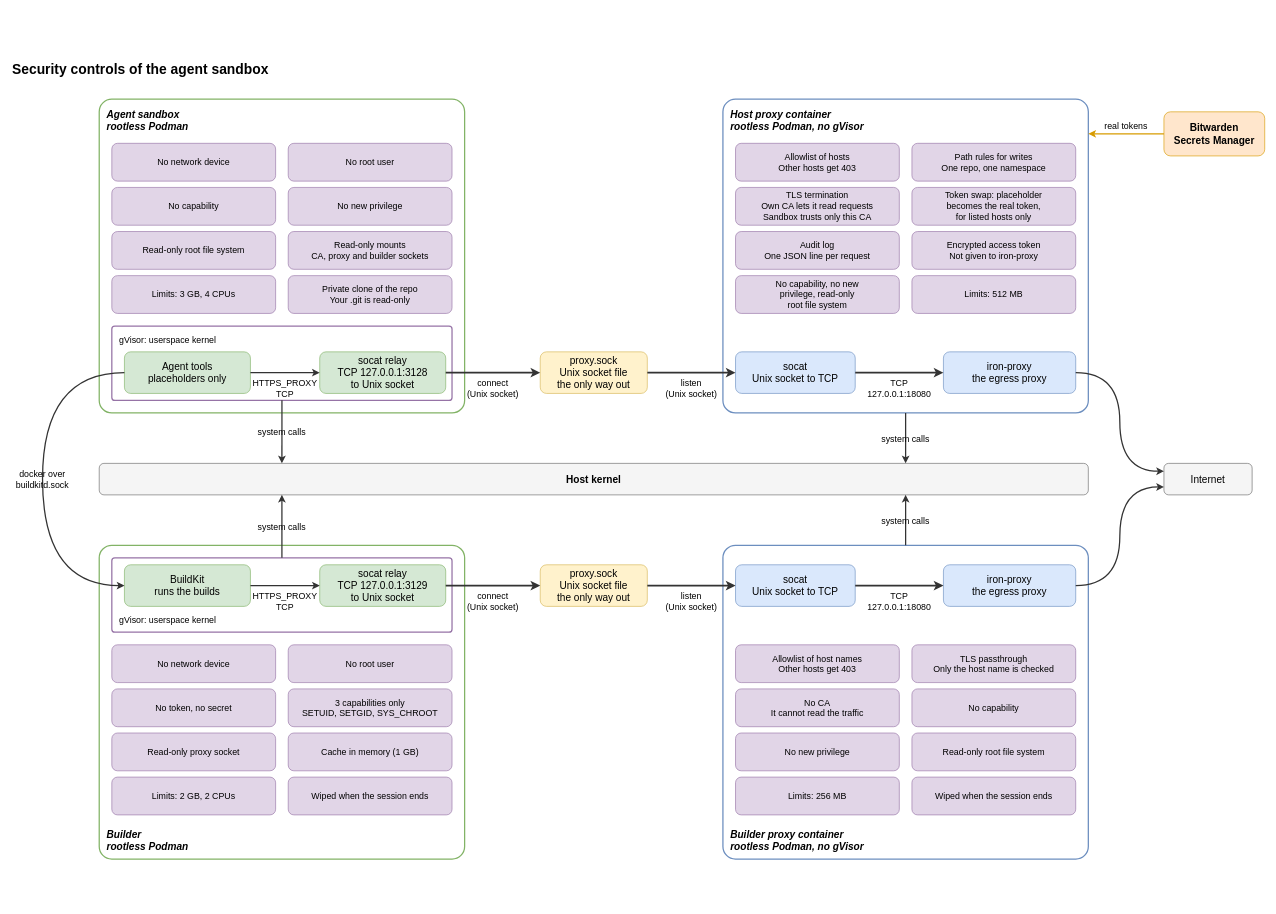
The draw.io diagram .sandbox/docs/diagrams/security-controls.drawio in raghav19/engineersdaybook, before the edit. Source tidied: cells renumbered, new cells numbered last; positions are measured from the earlier drawing's top-left corner, leaving out a move shared by most shapes. Both pictures are drawn from the tidied source at 63%, with x=0, y=0 at pixel (11, 55).
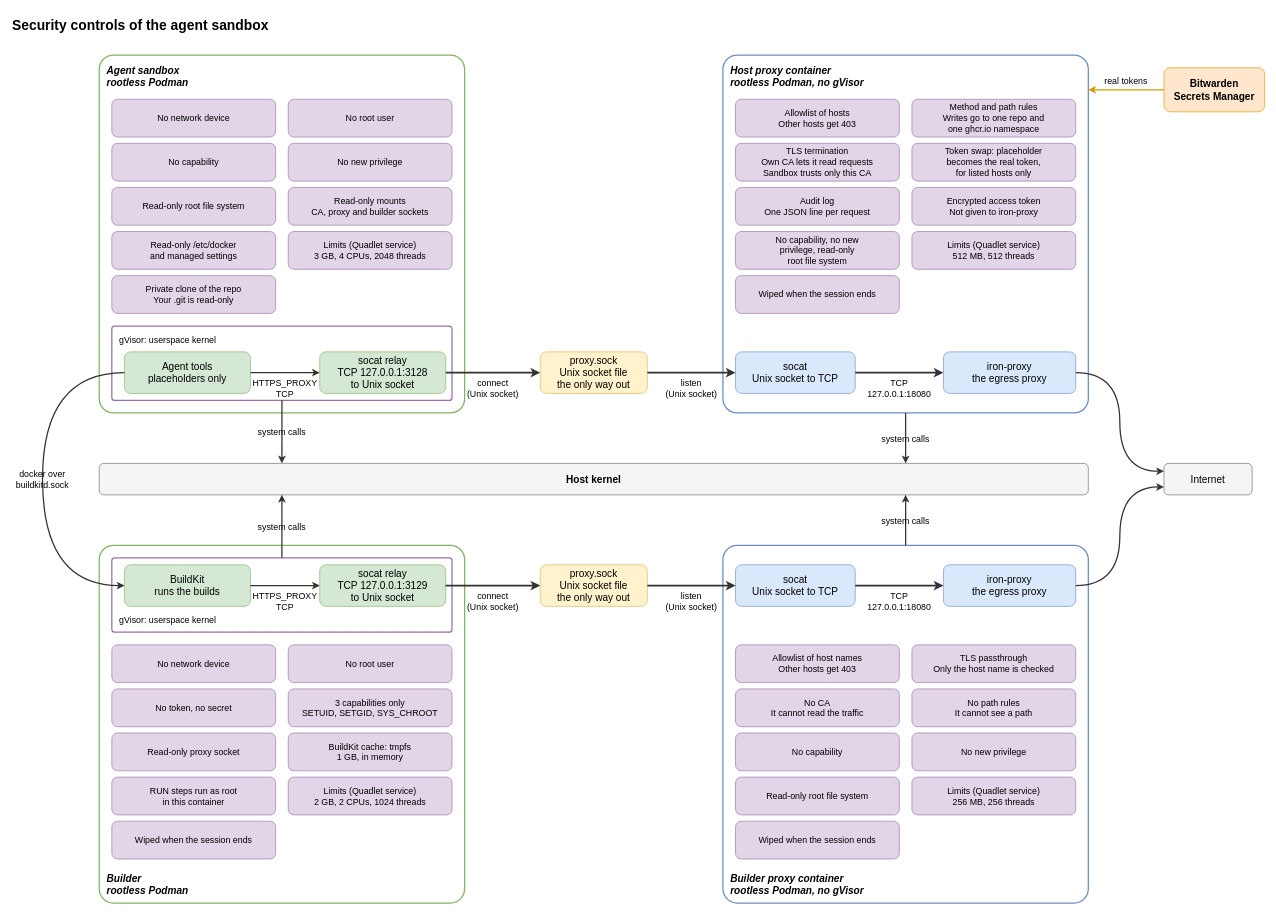
The same page after the edit.

Commit message (it also covers changes not shown here):
sandbox: replace the security controls table with the diagram

What changed in the source:
```diff
@@
     <mxCell id="2" value="Security controls of the agent sandbox" style="text;html=0;fontSize=22;fontStyle=1;align=left;verticalAlign=middle;" parent="1" vertex="1">
-      <mxGeometry width="700" height="40" as="geometry" />
+      <mxGeometry y="-70" width="700" height="40" as="geometry" />
     </mxCell>
     <mxCell id="3" value="Host proxy container&#10;rootless Podman, no gVisor" style="rounded=1;arcSize=4;whiteSpace=wrap;html=0;fontSize=16;fillColor=#ffffff;strokeColor=#6c8ebf;strokeWidth=2;align=left;spacingLeft=10;fontStyle=3;verticalAlign=top;spacingTop=8;" parent="1" vertex="1">
-      <mxGeometry x="1130" y="70" width="580" height="498" as="geometry" />
+      <mxGeometry x="1130" width="580" height="568" as="geometry" />
     </mxCell>
@@
     <mxCell id="5" value="Allowlist of hosts&#10;Other hosts get 403" style="rounded=1;whiteSpace=wrap;html=0;fontSize=14;fillColor=#e1d5e7;strokeColor=#9673a6;" parent="1" vertex="1">
-      <mxGeometry x="1150" y="140" width="260" height="60" as="geometry" />
+      <mxGeometry x="1150" y="70" width="260" height="60" as="geometry" />
     </mxCell>
-    <mxCell id="6" value="Path rules for writes&#10;One repo, one namespace" style="rounded=1;whiteSpace=wrap;html=0;fontSize=14;fillColor=#e1d5e7;strokeColor=#9673a6;" parent="1" vertex="1">
-      <mxGeometry x="1430" y="140" width="260" height="60" as="geometry" />
+    <mxCell id="6" value="Method and path rules&#10;Writes go to one repo and&#10;one ghcr.io namespace" style="rounded=1;whiteSpace=wrap;html=0;fontSize=14;fillColor=#e1d5e7;strokeColor=#9673a6;" parent="1" vertex="1">
+      <mxGeometry x="1430" y="70" width="260" height="60" as="geometry" />
     </mxCell>
     <mxCell id="7" value="TLS termination&#10;Own CA lets it read requests&#10;Sandbox trusts only this CA" style="rounded=1;whiteSpace=wrap;html=0;fontSize=14;fillColor=#e1d5e7;strokeColor=#9673a6;" parent="1" vertex="1">
-      <mxGeometry x="1150" y="210" width="260" height="60" as="geometry" />
+      <mxGeometry x="1150" y="140" width="260" height="60" as="geometry" />
     </mxCell>
     <mxCell id="8" value="Token swap: placeholder&#10;becomes the real token,&#10;for listed hosts only" style="rounded=1;whiteSpace=wrap;html=0;fontSize=14;fillColor=#e1d5e7;strokeColor=#9673a6;" parent="1" vertex="1">
-      <mxGeometry x="1430" y="210" width="260" height="60" as="geometry" />
+      <mxGeometry x="1430" y="140" width="260" height="60" as="geometry" />
     </mxCell>
     <mxCell id="9" value="Audit log&#10;One JSON line per request" style="rounded=1;whiteSpace=wrap;html=0;fontSize=14;fillColor=#e1d5e7;strokeColor=#9673a6;" parent="1" vertex="1">
-      <mxGeometry x="1150" y="280" width="260" height="60" as="geometry" />
+      <mxGeometry x="1150" y="210" width="260" height="60" as="geometry" />
     </mxCell>
     <mxCell id="10" value="Encrypted access token&#10;Not given to iron-proxy" style="rounded=1;whiteSpace=wrap;html=0;fontSize=14;fillColor=#e1d5e7;strokeColor=#9673a6;" parent="1" vertex="1">
-      <mxGeometry x="1430" y="280" width="260" height="60" as="geometry" />
+      <mxGeometry x="1430" y="210" width="260" height="60" as="geometry" />
     </mxCell>
     <mxCell id="11" value="No capability, no new&#10;privilege, read-only&#10;root file system" style="rounded=1;whiteSpace=wrap;html=0;fontSize=14;fillColor=#e1d5e7;strokeColor=#9673a6;" parent="1" vertex="1">
-      <mxGeometry x="1150" y="350" width="260" height="60" as="geometry" />
+      <mxGeometry x="1150" y="280" width="260" height="60" as="geometry" />
     </mxCell>
-    <mxCell id="12" value="Limits: 512 MB" style="rounded=1;whiteSpace=wrap;html=0;fontSize=14;fillColor=#e1d5e7;strokeColor=#9673a6;" parent="1" vertex="1">
-      <mxGeometry x="1430" y="350" width="260" height="60" as="geometry" />
+    <mxCell id="12" value="Limits (Quadlet service)&#10;512 MB, 512 threads" style="rounded=1;whiteSpace=wrap;html=0;fontSize=14;fillColor=#e1d5e7;strokeColor=#9673a6;" parent="1" vertex="1">
+      <mxGeometry x="1430" y="280" width="260" height="60" as="geometry" />
     </mxCell>
+    <mxCell id="70" value="Wiped when the session ends" style="rounded=1;whiteSpace=wrap;html=0;fontSize=14;fillColor=#e1d5e7;strokeColor=#9673a6;" parent="1" vertex="1">
+      <mxGeometry x="1150" y="350" width="260" height="60" as="geometry" />
+    </mxCell>
@@
     <mxCell id="14" value="Builder proxy container&#10;rootless Podman, no gVisor" style="rounded=1;arcSize=4;whiteSpace=wrap;html=0;fontSize=16;fillColor=#ffffff;strokeColor=#6c8ebf;strokeWidth=2;align=left;spacingLeft=10;fontStyle=3;verticalAlign=bottom;spacingBottom=8;" parent="1" vertex="1">
-      <mxGeometry x="1130" y="778" width="580" height="498" as="geometry" />
+      <mxGeometry x="1130" y="778" width="580" height="568" as="geometry" />
     </mxCell>
@@
-    <mxCell id="19" value="No capability" style="rounded=1;whiteSpace=wrap;html=0;fontSize=14;fillColor=#e1d5e7;strokeColor=#9673a6;" parent="1" vertex="1">
+    <mxCell id="19" value="No path rules&#10;It cannot see a path" style="rounded=1;whiteSpace=wrap;html=0;fontSize=14;fillColor=#e1d5e7;strokeColor=#9673a6;" parent="1" vertex="1">
       <mxGeometry x="1430" y="1006" width="260" height="60" as="geometry" />
     </mxCell>
-    <mxCell id="20" value="No new privilege" style="rounded=1;whiteSpace=wrap;html=0;fontSize=14;fillColor=#e1d5e7;strokeColor=#9673a6;" parent="1" vertex="1">
+    <mxCell id="20" value="No capability" style="rounded=1;whiteSpace=wrap;html=0;fontSize=14;fillColor=#e1d5e7;strokeColor=#9673a6;" parent="1" vertex="1">
       <mxGeometry x="1150" y="1076" width="260" height="60" as="geometry" />
     </mxCell>
-    <mxCell id="21" value="Read-only root file system" style="rounded=1;whiteSpace=wrap;html=0;fontSize=14;fillColor=#e1d5e7;strokeColor=#9673a6;" parent="1" vertex="1">
+    <mxCell id="21" value="No new privilege" style="rounded=1;whiteSpace=wrap;html=0;fontSize=14;fillColor=#e1d5e7;strokeColor=#9673a6;" parent="1" vertex="1">
       <mxGeometry x="1430" y="1076" width="260" height="60" as="geometry" />
     </mxCell>
-    <mxCell id="22" value="Limits: 256 MB" style="rounded=1;whiteSpace=wrap;html=0;fontSize=14;fillColor=#e1d5e7;strokeColor=#9673a6;" parent="1" vertex="1">
+    <mxCell id="22" value="Read-only root file system" style="rounded=1;whiteSpace=wrap;html=0;fontSize=14;fillColor=#e1d5e7;strokeColor=#9673a6;" parent="1" vertex="1">
       <mxGeometry x="1150" y="1146" width="260" height="60" as="geometry" />
     </mxCell>
-    <mxCell id="23" value="Wiped when the session ends" style="rounded=1;whiteSpace=wrap;html=0;fontSize=14;fillColor=#e1d5e7;strokeColor=#9673a6;" parent="1" vertex="1">
+    <mxCell id="23" value="Limits (Quadlet service)&#10;256 MB, 256 threads" style="rounded=1;whiteSpace=wrap;html=0;fontSize=14;fillColor=#e1d5e7;strokeColor=#9673a6;" parent="1" vertex="1">
       <mxGeometry x="1430" y="1146" width="260" height="60" as="geometry" />
     </mxCell>
+    <mxCell id="71" value="Wiped when the session ends" style="rounded=1;whiteSpace=wrap;html=0;fontSize=14;fillColor=#e1d5e7;strokeColor=#9673a6;" parent="1" vertex="1">
+      <mxGeometry x="1150" y="1216" width="260" height="60" as="geometry" />
+    </mxCell>
@@
     <mxCell id="25" value="Agent sandbox&#10;rootless Podman" style="rounded=1;arcSize=4;whiteSpace=wrap;html=0;fontSize=16;fillColor=#ffffff;strokeColor=#82b366;strokeWidth=2;align=left;spacingLeft=10;fontStyle=3;verticalAlign=top;spacingTop=8;" parent="1" vertex="1">
-      <mxGeometry x="140" y="70" width="580" height="498" as="geometry" />
+      <mxGeometry x="140" width="580" height="568" as="geometry" />
     </mxCell>
@@
     <mxCell id="27" value="No network device" style="rounded=1;whiteSpace=wrap;html=0;fontSize=14;fillColor=#e1d5e7;strokeColor=#9673a6;" parent="1" vertex="1">
-      <mxGeometry x="160" y="140" width="260" height="60" as="geometry" />
+      <mxGeometry x="160" y="70" width="260" height="60" as="geometry" />
     </mxCell>
     <mxCell id="28" value="No root user" style="rounded=1;whiteSpace=wrap;html=0;fontSize=14;fillColor=#e1d5e7;strokeColor=#9673a6;" parent="1" vertex="1">
-      <mxGeometry x="440" y="140" width="260" height="60" as="geometry" />
+      <mxGeometry x="440" y="70" width="260" height="60" as="geometry" />
     </mxCell>
     <mxCell id="29" value="No capability" style="rounded=1;whiteSpace=wrap;html=0;fontSize=14;fillColor=#e1d5e7;strokeColor=#9673a6;" parent="1" vertex="1">
-      <mxGeometry x="160" y="210" width="260" height="60" as="geometry" />
+      <mxGeometry x="160" y="140" width="260" height="60" as="geometry" />
     </mxCell>
     <mxCell id="30" value="No new privilege" style="rounded=1;whiteSpace=wrap;html=0;fontSize=14;fillColor=#e1d5e7;strokeColor=#9673a6;" parent="1" vertex="1">
-      <mxGeometry x="440" y="210" width="260" height="60" as="geometry" />
+      <mxGeometry x="440" y="140" width="260" height="60" as="geometry" />
     </mxCell>
     <mxCell id="31" value="Read-only root file system" style="rounded=1;whiteSpace=wrap;html=0;fontSize=14;fillColor=#e1d5e7;strokeColor=#9673a6;" parent="1" vertex="1">
-      <mxGeometry x="160" y="280" width="260" height="60" as="geometry" />
+      <mxGeometry x="160" y="210" width="260" height="60" as="geometry" />
     </mxCell>
     <mxCell id="32" value="Read-only mounts&#10;CA, proxy and builder sockets" style="rounded=1;whiteSpace=wrap;html=0;fontSize=14;fillColor=#e1d5e7;strokeColor=#9673a6;" parent="1" vertex="1">
-      <mxGeometry x="440" y="280" width="260" height="60" as="geometry" />
+      <mxGeometry x="440" y="210" width="260" height="60" as="geometry" />
     </mxCell>
-    <mxCell id="33" value="Limits: 3 GB, 4 CPUs" style="rounded=1;whiteSpace=wrap;html=0;fontSize=14;fillColor=#e1d5e7;strokeColor=#9673a6;" parent="1" vertex="1">
-      <mxGeometry x="160" y="350" width="260" height="60" as="geometry" />
+    <mxCell id="33" value="Read-only /etc/docker&#10;and managed settings" style="rounded=1;whiteSpace=wrap;html=0;fontSize=14;fillColor=#e1d5e7;strokeColor=#9673a6;" parent="1" vertex="1">
+      <mxGeometry x="160" y="280" width="260" height="60" as="geometry" />
     </mxCell>
-    <mxCell id="34" value="Private clone of the repo&#10;Your .git is read-only" style="rounded=1;whiteSpace=wrap;html=0;fontSize=14;fillColor=#e1d5e7;strokeColor=#9673a6;" parent="1" vertex="1">
-      <mxGeometry x="440" y="350" width="260" height="60" as="geometry" />
+    <mxCell id="34" value="Limits (Quadlet service)&#10;3 GB, 4 CPUs, 2048 threads" style="rounded=1;whiteSpace=wrap;html=0;fontSize=14;fillColor=#e1d5e7;strokeColor=#9673a6;" parent="1" vertex="1">
+      <mxGeometry x="440" y="280" width="260" height="60" as="geometry" />
     </mxCell>
+    <mxCell id="72" value="Private clone of the repo&#10;Your .git is read-only" style="rounded=1;whiteSpace=wrap;html=0;fontSize=14;fillColor=#e1d5e7;strokeColor=#9673a6;" parent="1" vertex="1">
+      <mxGeometry x="160" y="350" width="260" height="60" as="geometry" />
+    </mxCell>
@@
     <mxCell id="37" value="Builder&#10;rootless Podman" style="rounded=1;arcSize=4;whiteSpace=wrap;html=0;fontSize=16;fillColor=#ffffff;strokeColor=#82b366;strokeWidth=2;align=left;spacingLeft=10;fontStyle=3;verticalAlign=bottom;spacingBottom=8;" parent="1" vertex="1">
-      <mxGeometry x="140" y="778" width="580" height="498" as="geometry" />
+      <mxGeometry x="140" y="778" width="580" height="568" as="geometry" />
     </mxCell>
@@
-    <mxCell id="44" value="Cache in memory (1 GB)" style="rounded=1;whiteSpace=wrap;html=0;fontSize=14;fillColor=#e1d5e7;strokeColor=#9673a6;" parent="1" vertex="1">
+    <mxCell id="44" value="BuildKit cache: tmpfs&#10;1 GB, in memory" style="rounded=1;whiteSpace=wrap;html=0;fontSize=14;fillColor=#e1d5e7;strokeColor=#9673a6;" parent="1" vertex="1">
       <mxGeometry x="440" y="1076" width="260" height="60" as="geometry" />
     </mxCell>
-    <mxCell id="45" value="Limits: 2 GB, 2 CPUs" style="rounded=1;whiteSpace=wrap;html=0;fontSize=14;fillColor=#e1d5e7;strokeColor=#9673a6;" parent="1" vertex="1">
+    <mxCell id="45" value="RUN steps run as root&#10;in this container" style="rounded=1;whiteSpace=wrap;html=0;fontSize=14;fillColor=#e1d5e7;strokeColor=#9673a6;" parent="1" vertex="1">
       <mxGeometry x="160" y="1146" width="260" height="60" as="geometry" />
     </mxCell>
-    <mxCell id="46" value="Wiped when the session ends" style="rounded=1;whiteSpace=wrap;html=0;fontSize=14;fillColor=#e1d5e7;strokeColor=#9673a6;" parent="1" vertex="1">
+    <mxCell id="46" value="Limits (Quadlet service)&#10;2 GB, 2 CPUs, 1024 threads" style="rounded=1;whiteSpace=wrap;html=0;fontSize=14;fillColor=#e1d5e7;strokeColor=#9673a6;" parent="1" vertex="1">
       <mxGeometry x="440" y="1146" width="260" height="60" as="geometry" />
     </mxCell>
+    <mxCell id="73" value="Wiped when the session ends" style="rounded=1;whiteSpace=wrap;html=0;fontSize=14;fillColor=#e1d5e7;strokeColor=#9673a6;" parent="1" vertex="1">
+      <mxGeometry x="160" y="1216" width="260" height="60" as="geometry" />
+    </mxCell>
@@
     <mxCell id="52" value="Bitwarden&#10;Secrets Manager" style="rounded=1;whiteSpace=wrap;html=0;fontSize=16;fillColor=#ffe6cc;strokeColor=#d79b00;fontStyle=1;" parent="1" vertex="1">
-      <mxGeometry x="1830" y="90" width="160" height="70" as="geometry" />
+      <mxGeometry x="1830" y="20" width="160" height="70" as="geometry" />
     </mxCell>
@@
-    <mxCell id="59" value="real tokens" style="edgeStyle=orthogonalEdgeStyle;rounded=1;curved=1;html=0;labelBackgroundColor=none;defaultLabelBackgroundColor=gap;fontSize=14;strokeWidth=2;strokeColor=#d79b00;exitX=0;exitY=0.5;exitDx=0;exitDy=0;entryX=1;entryY=0.1104;entryDx=0;entryDy=0;" parent="1" edge="1" source="52" target="3">
+    <mxCell id="59" value="real tokens" style="edgeStyle=orthogonalEdgeStyle;rounded=1;curved=1;html=0;labelBackgroundColor=none;defaultLabelBackgroundColor=gap;fontSize=14;strokeWidth=2;strokeColor=#d79b00;exitX=0;exitY=0.5;exitDx=0;exitDy=0;entryX=1;entryY=0.0968;entryDx=0;entryDy=0;" parent="1" edge="1" source="52" target="3">
       <mxGeometry y="-14" relative="1" as="geometry" />
     </mxCell>
```
